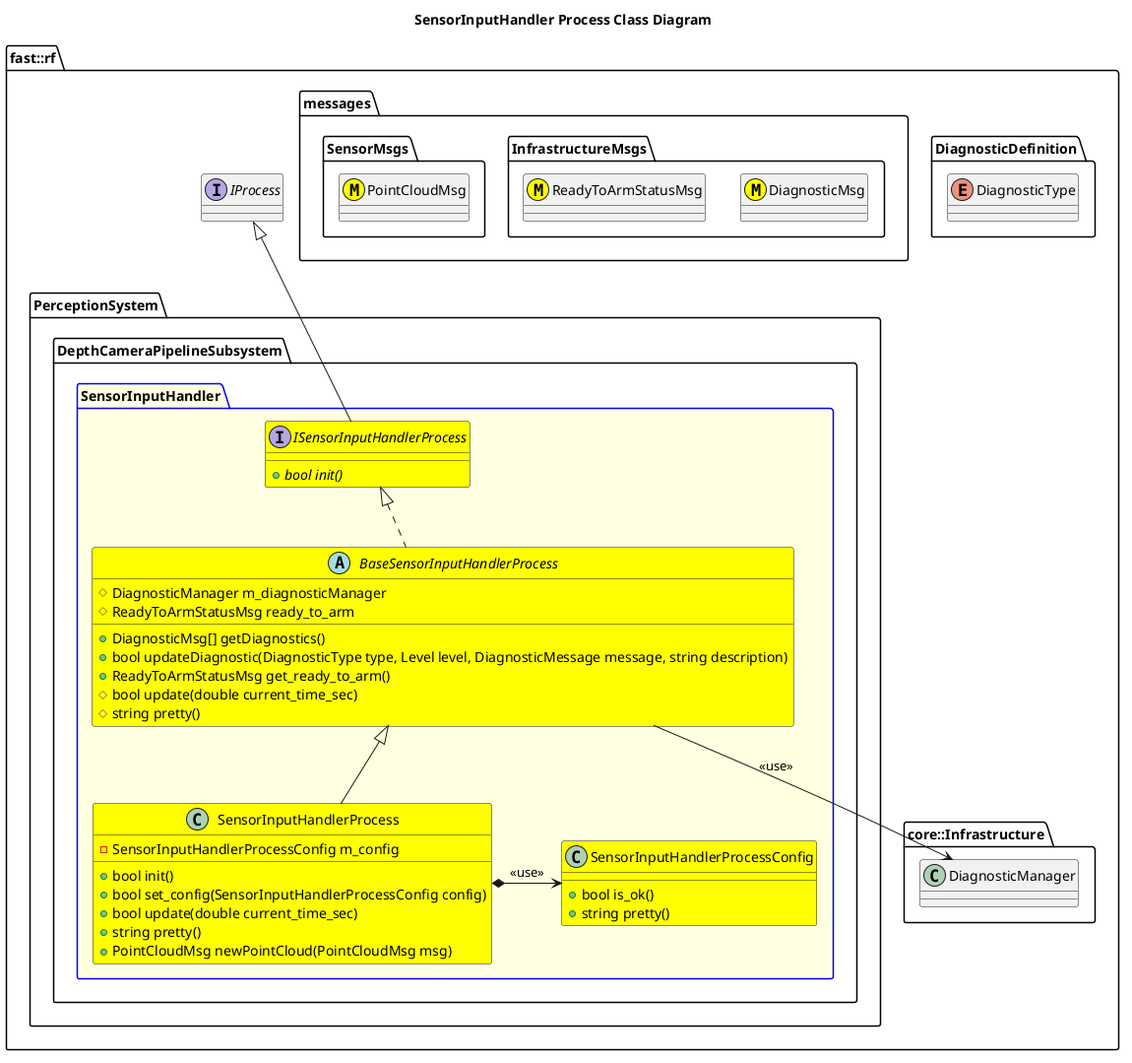
fastrobotics/robot_framework keeps this PlantUML diagram as Systems/Perception/Subsystems/DepthCameraPipeline/Processes/SensorInputHandler/doc/puml/SensorInputHandlerProcessClassDiagram.png. Above is the earlier version.
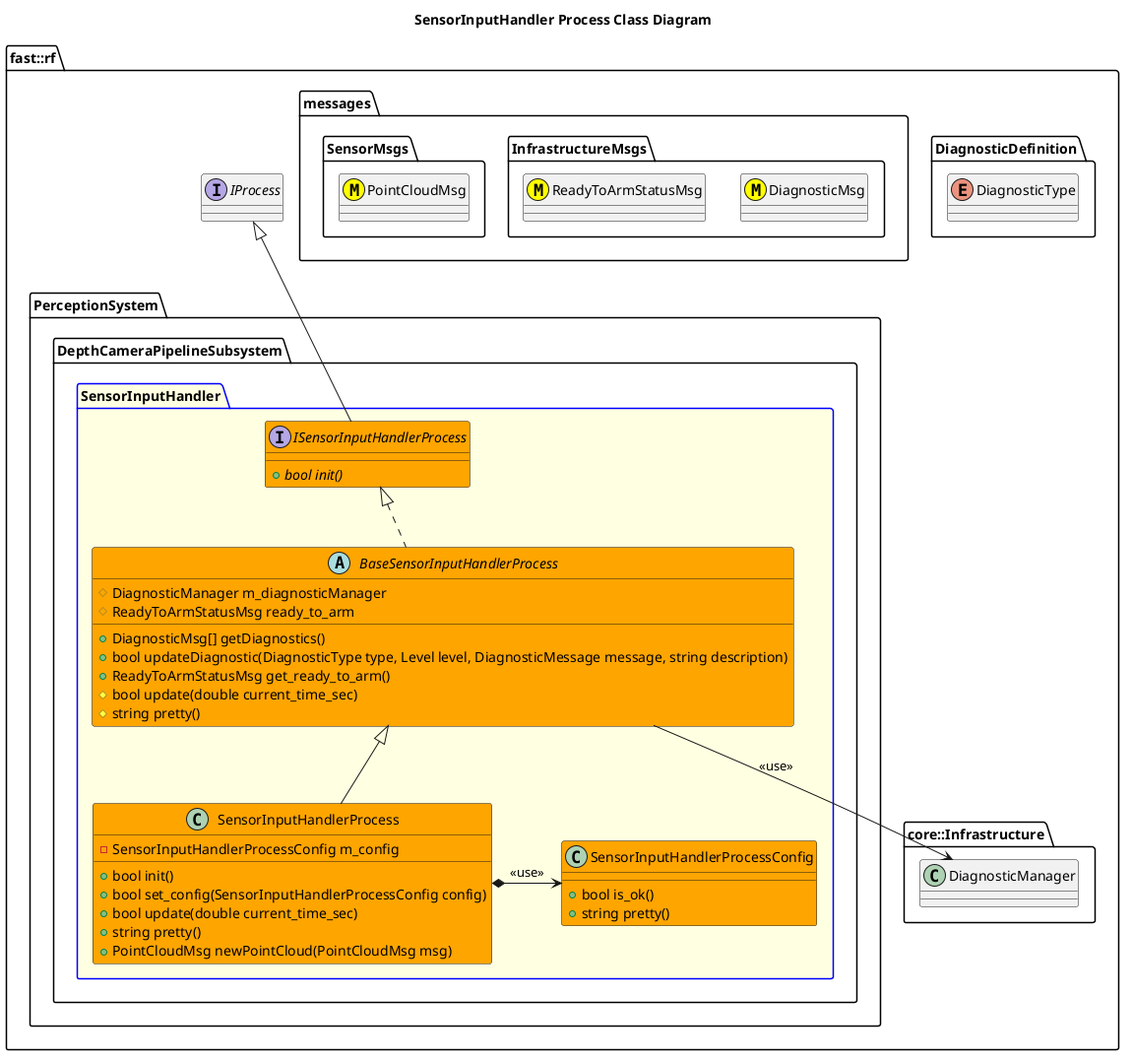
After the change.

Diff of the diagram source:
```diff
@@ -22,11 +22,11 @@
         namespace DepthCameraPipelineSubsystem {
             package SensorInputHandler #LightYellow;line:blue {
 
-                interface ISensorInputHandlerProcess #Yellow {
+                interface ISensorInputHandlerProcess #Orange {
                     +{abstract} bool init()
                 }
                 ISensorInputHandlerProcess -up-|> IProcess
-                abstract BaseSensorInputHandlerProcess #Yellow {
+                abstract BaseSensorInputHandlerProcess #Orange {
                     +DiagnosticMsg[] getDiagnostics()
                     +bool updateDiagnostic(DiagnosticType type, Level level, DiagnosticMessage message, string description)
                     +ReadyToArmStatusMsg get_ready_to_arm()
@@ -38,11 +38,11 @@
                 }
                 BaseSensorInputHandlerProcess .up.|> ISensorInputHandlerProcess
                 BaseSensorInputHandlerProcess --> DiagnosticManager: <<use>>
-                class SensorInputHandlerProcessConfig #Yellow {
+                class SensorInputHandlerProcessConfig #Orange {
                     +bool is_ok()
                     +string pretty()
                 }
-                class SensorInputHandlerProcess #Yellow {
+                class SensorInputHandlerProcess #Orange {
                     +bool init()
                     +bool set_config(SensorInputHandlerProcessConfig config)
                     +bool update(double current_time_sec)
```
